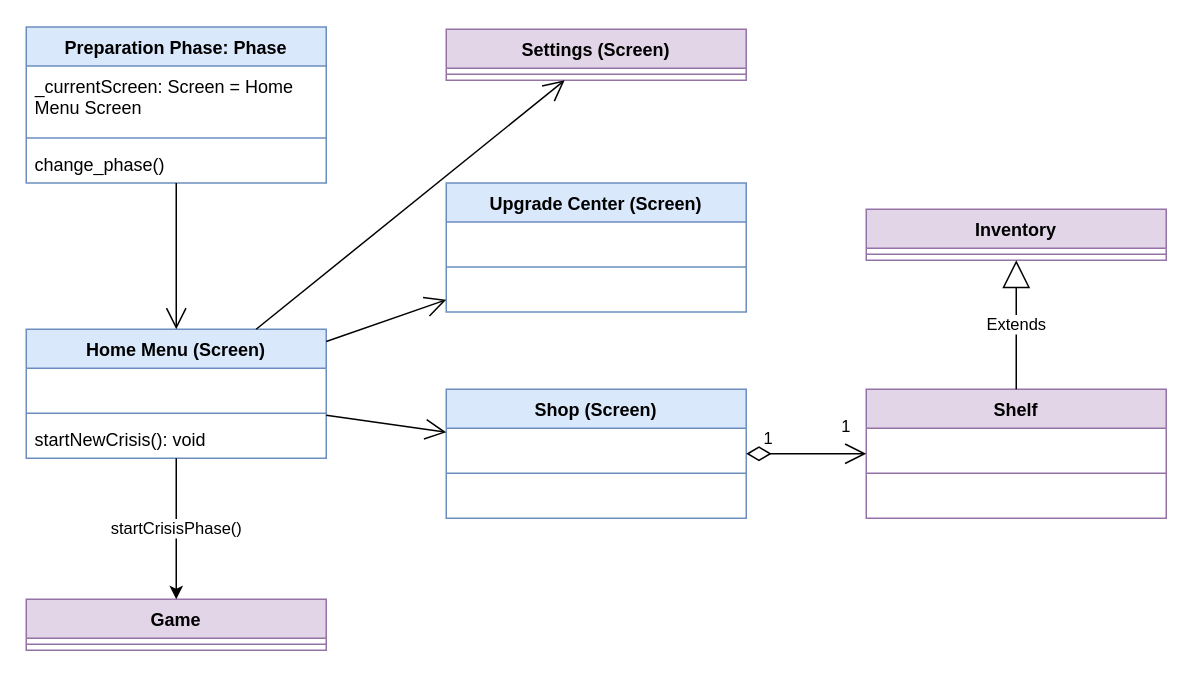
This is page "Preparation Phase" (3 of 5) of doc/emergenCITY_SEArchitecture.drawio from Spexify/emergenCity, a draw.io file, before an edit. Source tidied: cells renumbered, new cells numbered last; positions are measured from the earlier drawing's top-left corner, leaving out a move shared by most shapes. Both pictures are drawn from the tidied source at 150%, with x=0, y=0 at pixel (26, 26).
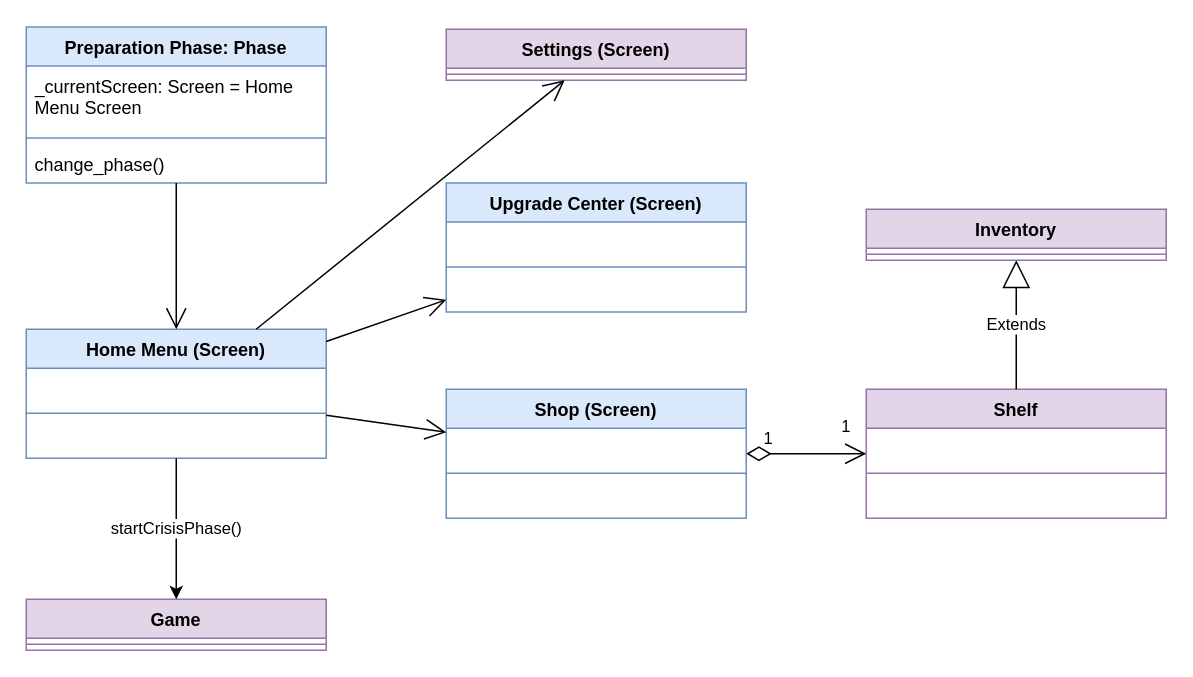
Above is the later version.

The change refers to these unchanged cells:
```xml
<mxCell id="6" value="Home Menu (Screen)" style="swimlane;fontStyle=1;align=center;verticalAlign=top;horizontal=1;startSize=26;whiteSpace=wrap;html=1;fillColor=#dae8fc;strokeColor=#6c8ebf;" parent="1" vertex="1">
  <mxGeometry y="202" width="200" height="86" as="geometry" />
</mxCell>
```

What changed in the source:
```diff
@@
-    <mxCell id="9" value="startNewCrisis(): void" style="text;strokeColor=none;fillColor=none;align=left;verticalAlign=top;spacingLeft=4;spacingRight=4;overflow=hidden;whiteSpace=wrap;html=1;" parent="6" vertex="1">
+    <mxCell id="9" value="&amp;nbsp;" style="text;strokeColor=none;fillColor=none;align=left;verticalAlign=top;spacingLeft=4;spacingRight=4;overflow=hidden;whiteSpace=wrap;html=1;" parent="6" vertex="1">
       <mxGeometry y="60" width="200" height="26" as="geometry" />
     </mxCell>
```
